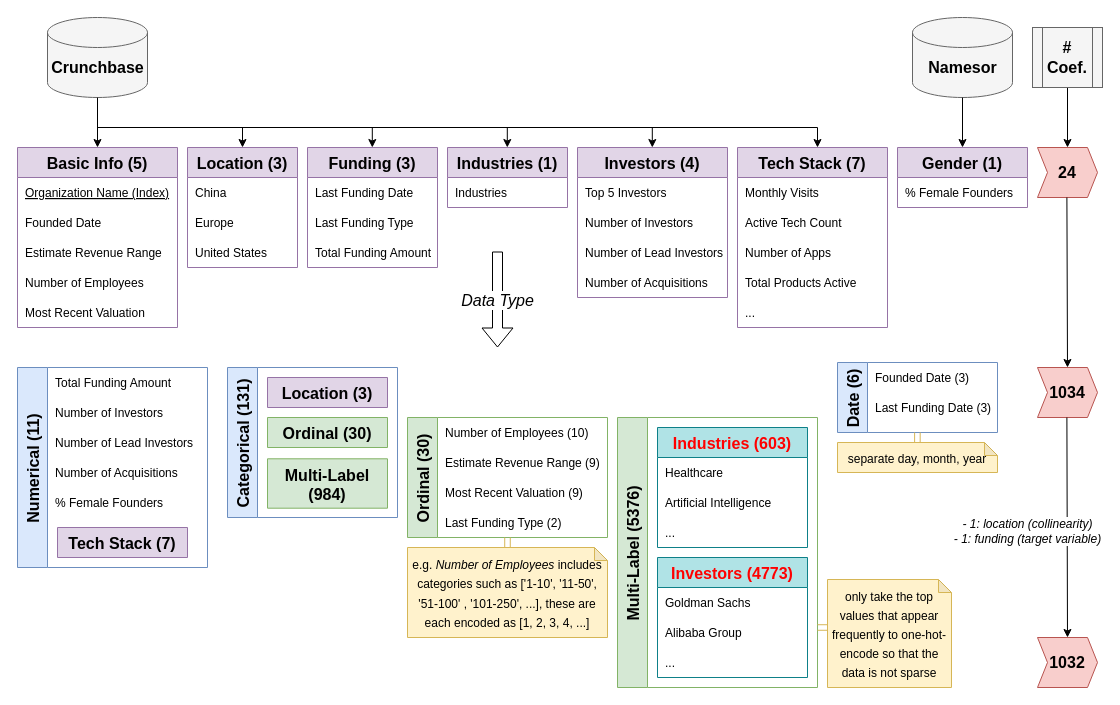
CinnyLin/female_entrepreneurship keeps this draw.io diagram as data.drawio. Above is the earlier version. Source tidied: cells renumbered, new cells numbered last; positions are measured from the earlier drawing's top-left corner, leaving out a move shared by most shapes. Both pictures are drawn from the tidied source at 100%, with x=0, y=0 at pixel (17, 17).
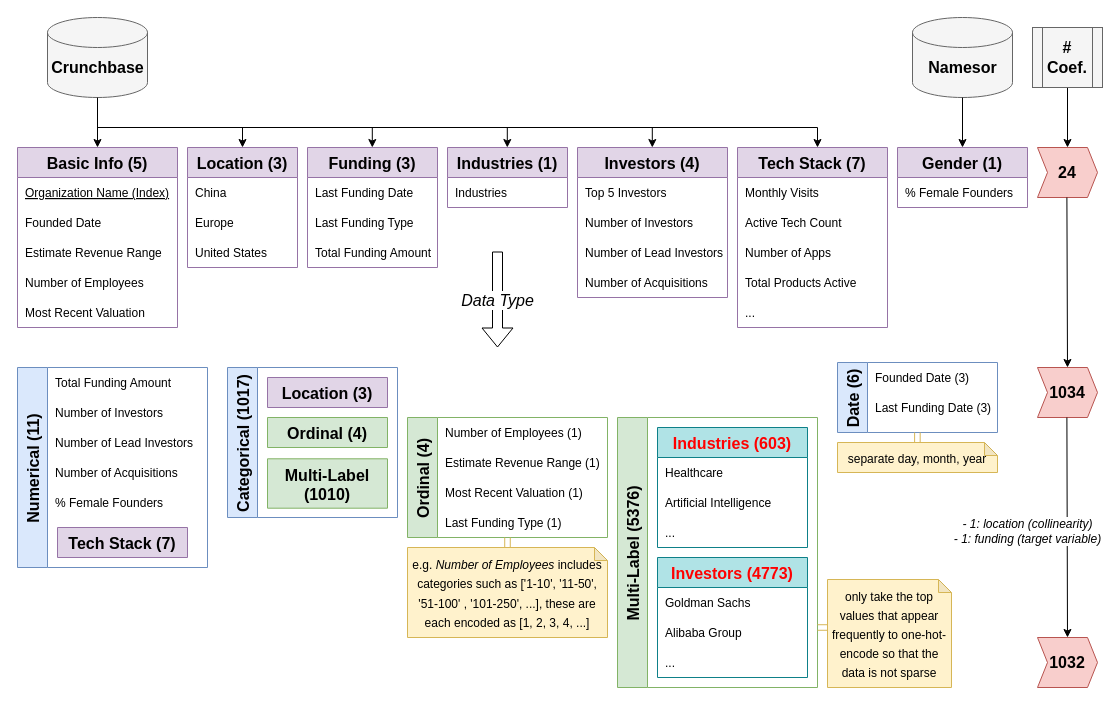
The same page after the edit.

Unchanged cells that the change refers to:
```xml
<mxCell id="48" value="Numerical (11)" style="swimlane;horizontal=0;fontSize=16;startSize=30;fillColor=#dae8fc;strokeColor=#6c8ebf;" parent="1" vertex="1">
  <mxGeometry y="350" width="190" height="200" as="geometry" />
</mxCell>
<mxCell id="66" style="group;" parent="1" vertex="1">
  <mxGeometry x="390" y="400" width="200" height="220" as="geometry" />
</mxCell>
```

What changed in the source:
```diff
@@
     <mxCell id="49" value="Total Funding Amount" style="shape=partialRectangle;overflow=hidden;fillColor=none;top=0;left=0;bottom=0;right=0;align=left;spacingLeft=6;" parent="48" vertex="1">
-      <mxGeometry x="30" width="130" height="30" as="geometry" />
+      <mxGeometry x="30" width="150" height="30" as="geometry" />
     </mxCell>
@@
-    <mxCell id="57" value="Categorical (131)" style="swimlane;horizontal=0;fontSize=16;startSize=30;fillColor=#dae8fc;strokeColor=#6c8ebf;" parent="1" vertex="1">
+    <mxCell id="57" value="Categorical (1017)" style="swimlane;horizontal=0;fontSize=16;startSize=30;fillColor=#dae8fc;strokeColor=#6c8ebf;" parent="1" vertex="1">
       <mxGeometry x="210" y="350" width="170" height="150" as="geometry" />
     </mxCell>
@@
-    <mxCell id="59" value="Ordinal (30)" style="swimlane;horizontal=0;fontSize=16;startSize=30;fillColor=#d5e8d4;strokeColor=#82b366;rotation=90;" parent="57" vertex="1" collapsed="1">
+    <mxCell id="59" value="Ordinal (4)" style="swimlane;horizontal=0;fontSize=16;startSize=30;fillColor=#d5e8d4;strokeColor=#82b366;rotation=90;" parent="57" vertex="1" collapsed="1">
       <mxGeometry x="85" y="5" width="30" height="120" as="geometry" />
     </mxCell>
-    <mxCell id="60" value="Multi-Label &#10;(984)" style="swimlane;horizontal=0;fontSize=16;startSize=58;fillColor=#d5e8d4;strokeColor=#82b366;rotation=90;" parent="57" vertex="1" collapsed="1">
+    <mxCell id="60" value="Multi-Label &#10;(1010)" style="swimlane;horizontal=0;fontSize=16;startSize=58;fillColor=#d5e8d4;strokeColor=#82b366;rotation=90;" parent="57" vertex="1" collapsed="1">
       <mxGeometry x="75.3" y="56" width="49.4" height="120" as="geometry" />
     </mxCell>
@@
-    <mxCell id="67" value="Ordinal (30)" style="swimlane;horizontal=0;fontSize=16;startSize=30;fillColor=#d5e8d4;strokeColor=#82b366;" parent="66" vertex="1">
+    <mxCell id="67" value="Ordinal (4)" style="swimlane;horizontal=0;fontSize=16;startSize=30;fillColor=#d5e8d4;strokeColor=#82b366;" parent="66" vertex="1">
       <mxGeometry width="200" height="120" as="geometry" />
     </mxCell>
-    <mxCell id="68" value="Number of Employees (10)" style="shape=partialRectangle;overflow=hidden;fillColor=none;top=0;left=0;bottom=0;right=0;align=left;spacingLeft=6;" parent="67" vertex="1">
+    <mxCell id="68" value="Number of Employees (1)" style="shape=partialRectangle;overflow=hidden;fillColor=none;top=0;left=0;bottom=0;right=0;align=left;spacingLeft=6;" parent="67" vertex="1">
       <mxGeometry x="30" width="160" height="30" as="geometry" />
     </mxCell>
-    <mxCell id="69" value="Estimate Revenue Range (9)" style="shape=partialRectangle;overflow=hidden;fillColor=none;top=0;left=0;bottom=0;right=0;align=left;spacingLeft=6;" parent="67" vertex="1">
+    <mxCell id="69" value="Estimate Revenue Range (1)" style="shape=partialRectangle;overflow=hidden;fillColor=none;top=0;left=0;bottom=0;right=0;align=left;spacingLeft=6;" parent="67" vertex="1">
       <mxGeometry x="30" y="30" width="170" height="30" as="geometry" />
     </mxCell>
-    <mxCell id="70" value="Most Recent Valuation (9)" style="shape=partialRectangle;overflow=hidden;fillColor=none;top=0;left=0;bottom=0;right=0;align=left;spacingLeft=6;" parent="67" vertex="1">
+    <mxCell id="70" value="Most Recent Valuation (1)" style="shape=partialRectangle;overflow=hidden;fillColor=none;top=0;left=0;bottom=0;right=0;align=left;spacingLeft=6;" parent="67" vertex="1">
       <mxGeometry x="30" y="60" width="170" height="30" as="geometry" />
     </mxCell>
-    <mxCell id="71" value="Last Funding Type (2)" style="shape=partialRectangle;overflow=hidden;fillColor=none;top=0;left=0;bottom=0;right=0;align=left;spacingLeft=6;" parent="67" vertex="1">
+    <mxCell id="71" value="Last Funding Type (1)" style="shape=partialRectangle;overflow=hidden;fillColor=none;top=0;left=0;bottom=0;right=0;align=left;spacingLeft=6;" parent="67" vertex="1">
       <mxGeometry x="30" y="90" width="140" height="30" as="geometry" />
     </mxCell>
```
